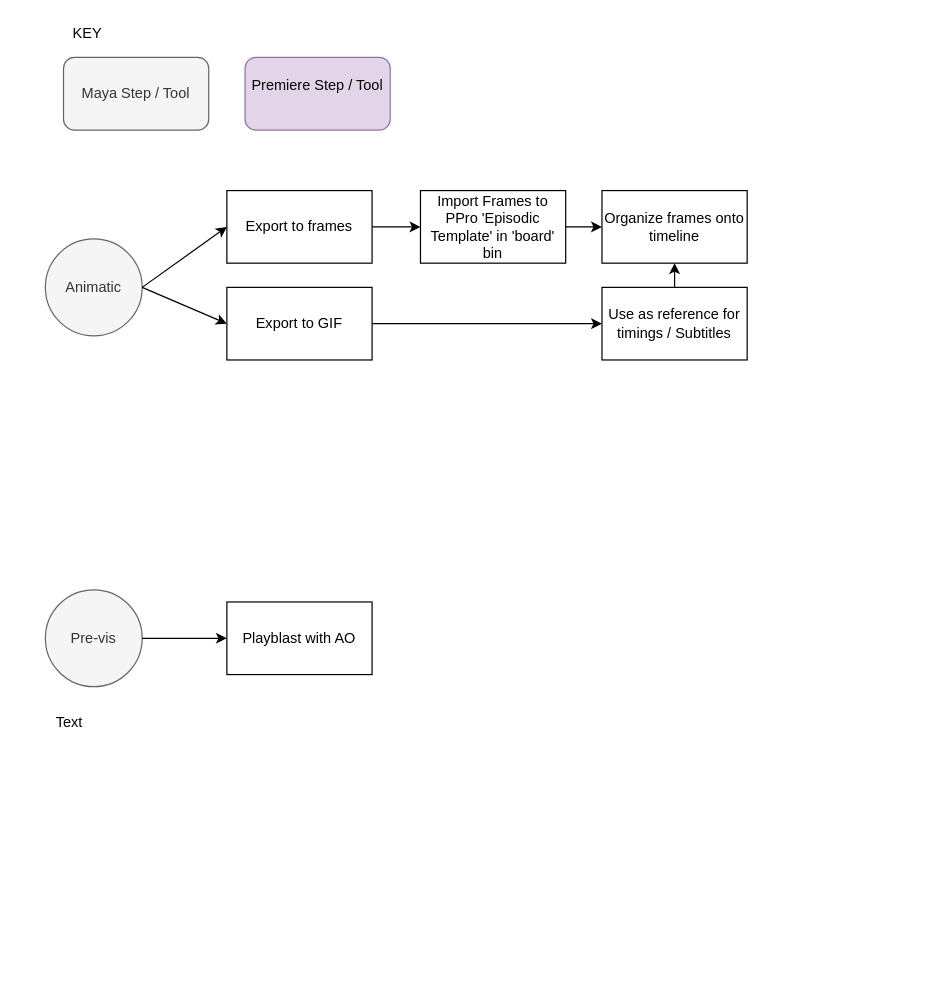
Before: PPro Pipeline Flowchart.drawio in jpntong/ElbowGrease, a draw.io diagram. Source tidied: cells renumbered, new cells numbered last; positions are measured from the earlier drawing's top-left corner, leaving out a move shared by most shapes. Both pictures are drawn from the tidied source at 121%, with x=0, y=0 at pixel (45, 21).
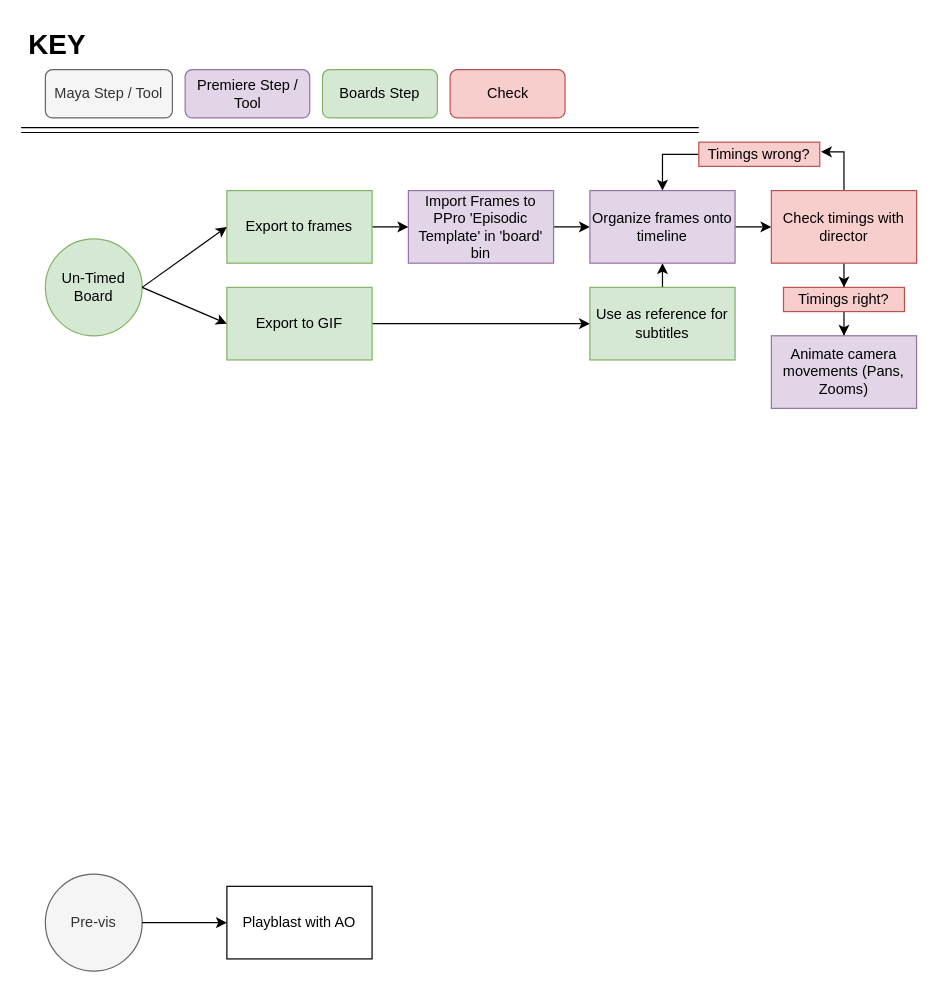
The same diagram, later.

Diff of the diagram source:
```diff
@@
     <mxCell id="2" value="Pre-vis" style="ellipse;whiteSpace=wrap;html=1;fillColor=#f5f5f5;strokeColor=#666666;fontColor=#333333;" parent="1" vertex="1">
-      <mxGeometry y="470" width="80" height="80" as="geometry" />
+      <mxGeometry y="705" width="80" height="80" as="geometry" />
     </mxCell>
     <mxCell id="3" value="Playblast with AO" style="rounded=0;whiteSpace=wrap;html=1;" parent="1" vertex="1">
-      <mxGeometry x="150" y="480" width="120" height="60" as="geometry" />
+      <mxGeometry x="150" y="715" width="120" height="60" as="geometry" />
     </mxCell>
@@
-    <mxCell id="5" value="Animatic" style="ellipse;whiteSpace=wrap;html=1;fillColor=#f5f5f5;strokeColor=#666666;fontColor=#333333;" parent="1" vertex="1">
+    <mxCell id="5" value="Un-Timed Board" style="ellipse;whiteSpace=wrap;html=1;fillColor=#d5e8d4;strokeColor=#82b366;" parent="1" vertex="1">
       <mxGeometry y="180" width="80" height="80" as="geometry" />
     </mxCell>
@@
-    <mxCell id="7" value="Export to frames" style="rounded=0;whiteSpace=wrap;html=1;" parent="1" vertex="1">
+    <mxCell id="7" value="Export to frames" style="rounded=0;whiteSpace=wrap;html=1;fillColor=#d5e8d4;strokeColor=#82b366;" parent="1" vertex="1">
       <mxGeometry x="150" y="140" width="120" height="60" as="geometry" />
     </mxCell>
@@
-    <mxCell id="10" value="Export to GIF" style="rounded=0;whiteSpace=wrap;html=1;" parent="1" vertex="1">
+    <mxCell id="10" value="Export to GIF" style="rounded=0;whiteSpace=wrap;html=1;fillColor=#d5e8d4;strokeColor=#82b366;" parent="1" vertex="1">
       <mxGeometry x="150" y="220" width="120" height="60" as="geometry" />
     </mxCell>
@@
-    <mxCell id="13" value="Use as reference for timings / Subtitles" style="rounded=0;whiteSpace=wrap;html=1;" parent="1" vertex="1">
-      <mxGeometry x="460" y="220" width="120" height="60" as="geometry" />
+    <mxCell id="13" value="Use as reference for subtitles" style="rounded=0;whiteSpace=wrap;html=1;fillColor=#d5e8d4;strokeColor=#82b366;" parent="1" vertex="1">
+      <mxGeometry x="450" y="220" width="120" height="60" as="geometry" />
     </mxCell>
@@
-    <mxCell id="15" value="Import Frames to PPro 'Episodic Template' in 'board' bin&lt;br&gt;" style="rounded=0;whiteSpace=wrap;html=1;" parent="1" vertex="1">
-      <mxGeometry x="310" y="140" width="120" height="60" as="geometry" />
+    <mxCell id="15" value="Import Frames to PPro 'Episodic Template' in 'board' bin&lt;br&gt;" style="rounded=0;whiteSpace=wrap;html=1;fillColor=#e1d5e7;strokeColor=#9673a6;" parent="1" vertex="1">
+      <mxGeometry x="300" y="140" width="120" height="60" as="geometry" />
     </mxCell>
+    <mxCell id="21" style="edgeStyle=orthogonalEdgeStyle;rounded=0;jettySize=auto;html=1;exitX=1;exitY=0.5;exitDx=0;exitDy=0;" parent="1" edge="1" source="16" target="26">
+      <mxGeometry relative="1" as="geometry" />
+    </mxCell>
-    <mxCell id="16" value="Organize frames onto timeline" style="rounded=0;whiteSpace=wrap;html=1;" parent="1" vertex="1">
-      <mxGeometry x="460" y="140" width="120" height="60" as="geometry" />
+    <mxCell id="16" value="Organize frames onto timeline" style="rounded=0;whiteSpace=wrap;html=1;fillColor=#e1d5e7;strokeColor=#9673a6;" parent="1" vertex="1">
+      <mxGeometry x="450" y="140" width="120" height="60" as="geometry" />
     </mxCell>
     <mxCell id="17" value="Maya Step / Tool" style="rounded=1;whiteSpace=wrap;html=1;fillColor=#f5f5f5;strokeColor=#666666;fontColor=#333333;" parent="1" vertex="1">
-      <mxGeometry x="15" y="30" width="120" height="60" as="geometry" />
+      <mxGeometry y="40" width="105" height="40" as="geometry" />
     </mxCell>
-    <mxCell id="18" value="Premiere Step / Tool&lt;br&gt;&lt;br&gt;" style="rounded=1;whiteSpace=wrap;html=1;fillColor=#e1d5e7;strokeColor=#9673a6;" parent="1" vertex="1">
-      <mxGeometry x="165" y="30" width="120" height="60" as="geometry" />
+    <mxCell id="18" value="Premiere Step / Tool&lt;br&gt;" style="rounded=1;whiteSpace=wrap;html=1;fillColor=#e1d5e7;strokeColor=#9673a6;" parent="1" vertex="1">
+      <mxGeometry x="115.5" y="40" width="103" height="40" as="geometry" />
     </mxCell>
-    <mxCell id="19" value="Text" style="text;html=1;strokeColor=none;fillColor=none;align=center;verticalAlign=middle;whiteSpace=wrap;rounded=0;" parent="1" vertex="1">
-      <mxGeometry y="570" width="40" height="20" as="geometry" />
-    </mxCell>
-    <mxCell id="20" value="KEY" style="text;html=1;strokeColor=none;fillColor=none;align=center;verticalAlign=middle;whiteSpace=wrap;rounded=0;" parent="1" vertex="1">
-      <mxGeometry x="15" width="40" height="20" as="geometry" />
+    <mxCell id="20" value="&lt;b&gt;&lt;font style=&quot;font-size: 23px&quot;&gt;KEY&lt;/font&gt;&lt;/b&gt;" style="text;html=1;strokeColor=none;fillColor=none;align=center;verticalAlign=middle;whiteSpace=wrap;rounded=0;" parent="1" vertex="1">
+      <mxGeometry x="-10" y="10" width="40" height="20" as="geometry" />
     </mxCell>
+    <mxCell id="22" value="Boards Step" style="rounded=1;whiteSpace=wrap;html=1;fillColor=#d5e8d4;strokeColor=#82b366;" parent="1" vertex="1">
+      <mxGeometry x="229" y="40" width="95" height="40" as="geometry" />
+    </mxCell>
+    <mxCell id="23" style="shape=link;html=1;" parent="1" edge="1">
+      <mxGeometry relative="1" as="geometry">
+        <mxPoint x="-20" y="90" as="sourcePoint" />
+        <mxPoint x="540" y="90" as="targetPoint" />
+      </mxGeometry>
+    </mxCell>
+    <mxCell id="24" style="edgeStyle=orthogonalEdgeStyle;rounded=0;jettySize=auto;html=1;exitX=0.5;exitY=1;exitDx=0;exitDy=0;" parent="1" edge="1" source="26" target="28">
+      <mxGeometry relative="1" as="geometry" />
+    </mxCell>
+    <mxCell id="25" style="edgeStyle=orthogonalEdgeStyle;rounded=0;jettySize=auto;html=1;exitX=0.5;exitY=0;exitDx=0;exitDy=0;" parent="1" edge="1" source="26">
+      <mxGeometry relative="1" as="geometry">
+        <mxPoint x="641" y="108" as="targetPoint" />
+        <Array as="points">
+          <mxPoint x="660" y="108" />
+        </Array>
+      </mxGeometry>
+    </mxCell>
+    <mxCell id="26" value="Check timings with director&lt;br&gt;" style="rounded=0;whiteSpace=wrap;html=1;fillColor=#f8cecc;strokeColor=#b85450;" parent="1" vertex="1">
+      <mxGeometry x="600" y="140" width="120" height="60" as="geometry" />
+    </mxCell>
+    <mxCell id="27" style="edgeStyle=orthogonalEdgeStyle;rounded=0;jettySize=auto;html=1;" parent="1" edge="1" source="28" target="31">
+      <mxGeometry relative="1" as="geometry" />
+    </mxCell>
+    <mxCell id="28" value="Timings right?" style="rounded=0;whiteSpace=wrap;html=1;fillColor=#f8cecc;strokeColor=#b85450;" parent="1" vertex="1">
+      <mxGeometry x="610" y="220" width="100" height="20" as="geometry" />
+    </mxCell>
+    <mxCell id="29" style="edgeStyle=orthogonalEdgeStyle;rounded=0;jettySize=auto;html=1;exitX=0;exitY=0.5;exitDx=0;exitDy=0;" parent="1" edge="1" source="30" target="16">
+      <mxGeometry relative="1" as="geometry">
+        <Array as="points">
+          <mxPoint x="510" y="110" />
+        </Array>
+      </mxGeometry>
+    </mxCell>
+    <mxCell id="30" value="Timings wrong?" style="rounded=0;whiteSpace=wrap;html=1;fillColor=#f8cecc;strokeColor=#b85450;" parent="1" vertex="1">
+      <mxGeometry x="540" y="100" width="100" height="20" as="geometry" />
+    </mxCell>
+    <mxCell id="31" value="Animate camera movements (Pans, Zooms)" style="rounded=0;whiteSpace=wrap;html=1;fillColor=#e1d5e7;strokeColor=#9673a6;" parent="1" vertex="1">
+      <mxGeometry x="600" y="260" width="120" height="60" as="geometry" />
+    </mxCell>
+    <mxCell id="32" value="Check" style="rounded=1;whiteSpace=wrap;html=1;fillColor=#f8cecc;strokeColor=#b85450;" parent="1" vertex="1">
+      <mxGeometry x="334.5" y="40" width="95" height="40" as="geometry" />
+    </mxCell>
```
